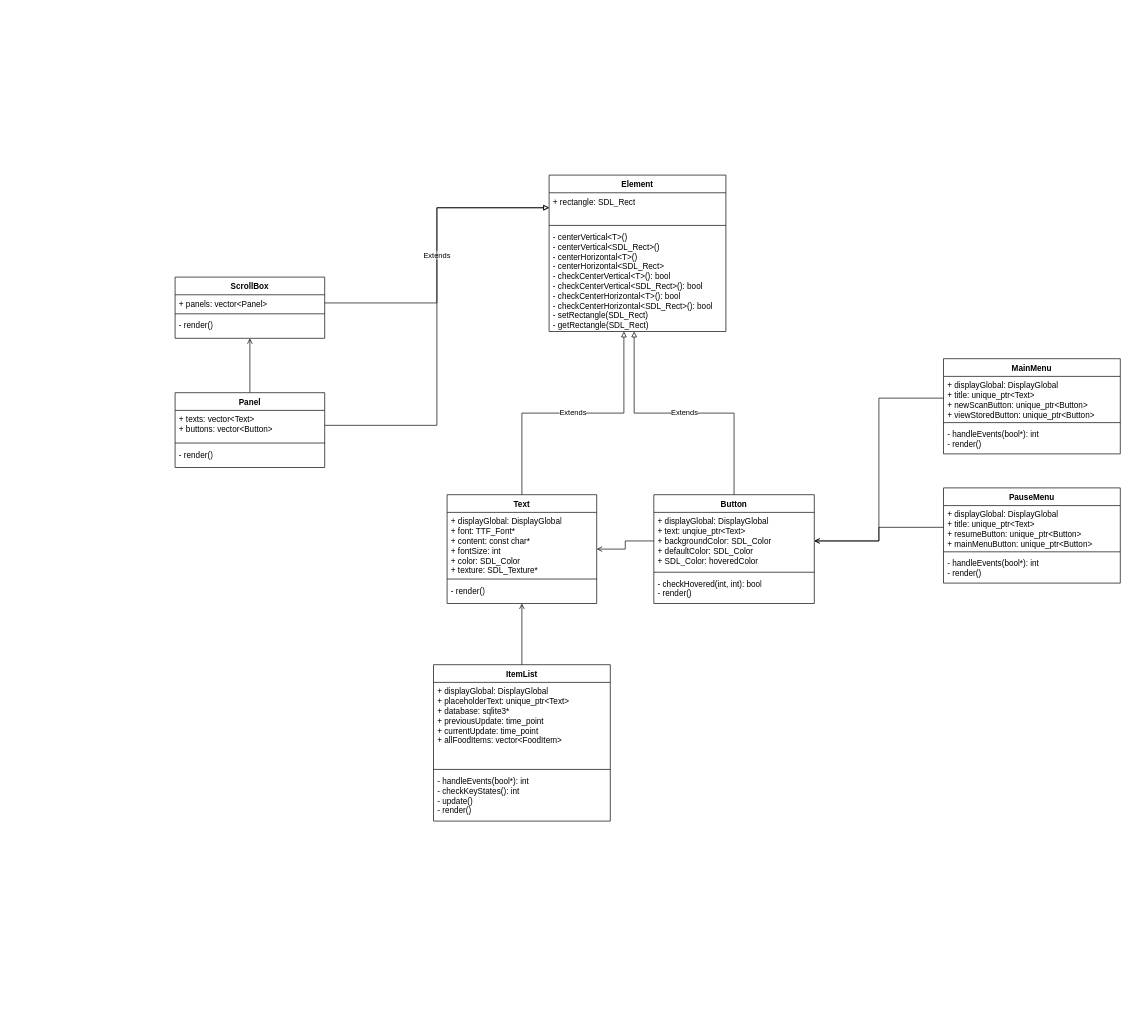
Above: display/diagrams/gui_class_diagram.drawio in Joedahms/expirationTracker (draw.io), before the change. Source tidied: cells renumbered, new cells numbered last; positions are measured from the earlier drawing's top-left corner, leaving out a move shared by most shapes. Both pictures are drawn from the tidied source at 68%, with x=0, y=0 at pixel (175, 175).
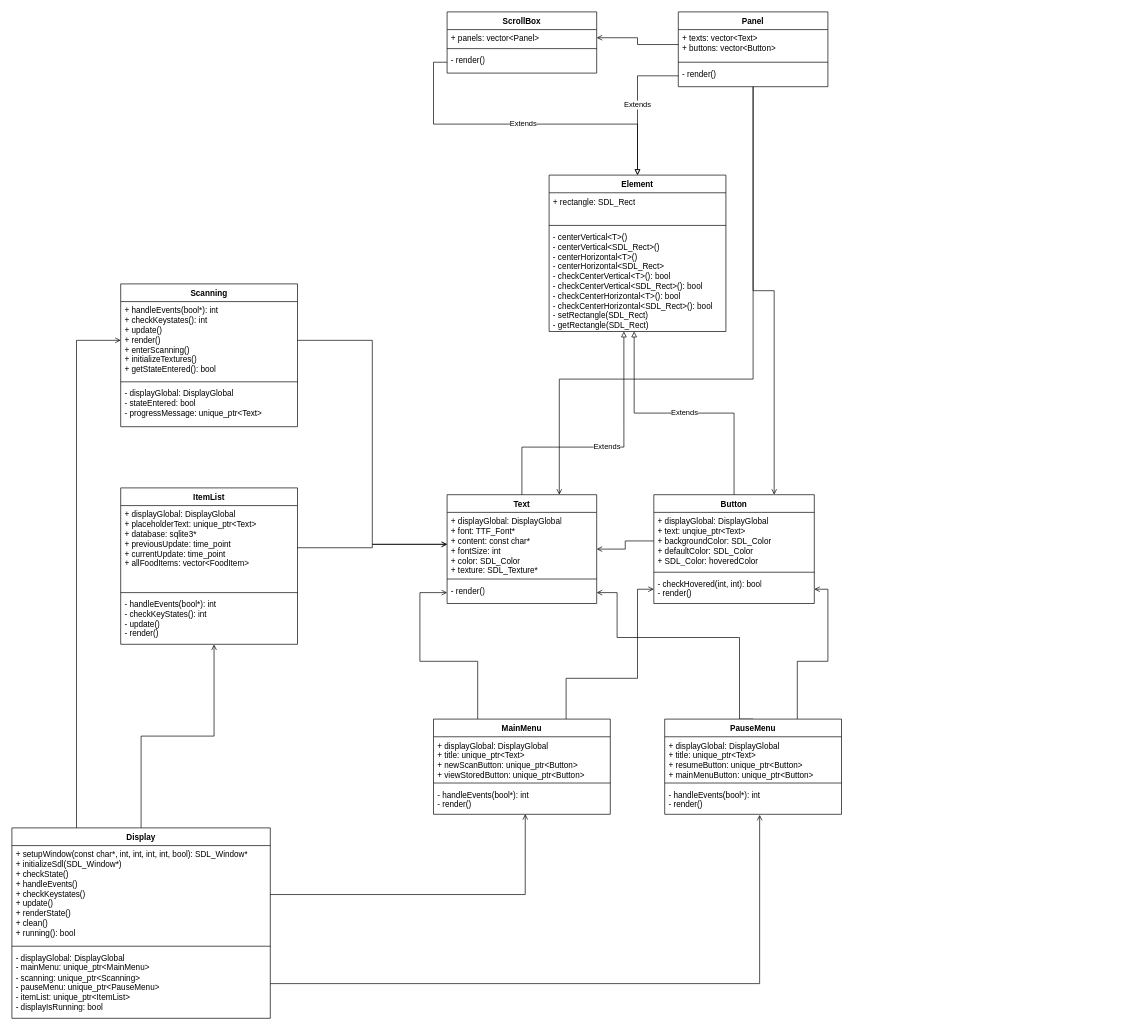
The same page after the edit.

The change refers to these unchanged cells:
```xml
<mxCell id="2" value="Element" style="swimlane;fontStyle=1;align=center;verticalAlign=top;horizontal=1;startSize=26;whiteSpace=wrap;html=1;" parent="1" vertex="1">
  <mxGeometry x="550" width="260" height="230" as="geometry" />
</mxCell>
<mxCell id="3" value="&lt;div&gt;+ rectangle: SDL_Rect&lt;/div&gt;" style="text;strokeColor=none;fillColor=none;align=left;verticalAlign=top;spacingLeft=4;spacingRight=4;overflow=hidden;points=[[0,0.5],[1,0.5]];portConstraint=eastwest;whiteSpace=wrap;html=1;" parent="2" vertex="1">
  <mxGeometry y="26" width="260" height="44" as="geometry" />
</mxCell>
<mxCell id="5" value="&lt;div&gt;- centerVertical&amp;lt;T&amp;gt;()&lt;/div&gt;&lt;div&gt;- centerVertical&amp;lt;SDL_Rect&amp;gt;()&lt;br&gt;&lt;/div&gt;&lt;div&gt;- centerHorizontal&amp;lt;T&amp;gt;()&lt;/div&gt;&lt;div&gt;- centerHorizontal&amp;lt;SDL_Rect&amp;gt;&lt;/div&gt;&lt;div&gt;&lt;div&gt;- checkCenterVertical&amp;lt;T&amp;gt;(): bool&lt;br&gt;&lt;/div&gt;&lt;div&gt;- checkCenterVertical&amp;lt;SDL_Rect&amp;gt;(): bool&lt;br&gt;&lt;/div&gt;&lt;div&gt;- checkCenterHorizontal&amp;lt;T&amp;gt;(): bool&lt;br&gt;&lt;/div&gt;&lt;div&gt;- checkCenterHorizontal&amp;lt;SDL_Rect&amp;gt;(): bool&lt;br&gt;&lt;/div&gt;&lt;/div&gt;&lt;div&gt;- setRectangle(SDL_Rect)&lt;/div&gt;&lt;div&gt;- getRectangle(SDL_Rect) &lt;br&gt;&lt;/div&gt;&lt;div&gt;&lt;br&gt;&lt;/div&gt;" style="text;strokeColor=none;fillColor=none;align=left;verticalAlign=top;spacingLeft=4;spacingRight=4;overflow=hidden;points=[[0,0.5],[1,0.5]];portConstraint=eastwest;whiteSpace=wrap;html=1;" parent="2" vertex="1">
  <mxGeometry y="78" width="260" height="152" as="geometry" />
</mxCell>
<mxCell id="6" value="Text" style="swimlane;fontStyle=1;align=center;verticalAlign=top;horizontal=1;startSize=26;whiteSpace=wrap;html=1;" parent="1" vertex="1">
  <mxGeometry x="400" y="470" width="220" height="160" as="geometry" />
</mxCell>
<mxCell id="7" value="&lt;div&gt;+ displayGlobal: DisplayGlobal&lt;br&gt;&lt;/div&gt;&lt;div&gt;+ font: TTF_Font*&lt;/div&gt;&lt;div&gt;+ content: const char*&lt;/div&gt;&lt;div&gt;+ fontSize: int&lt;/div&gt;&lt;div&gt;+ color: SDL_Color&lt;/div&gt;&lt;div&gt;+ texture: SDL_Texture*&lt;/div&gt;&lt;div&gt;&lt;br&gt;&lt;/div&gt;" style="text;strokeColor=none;fillColor=none;align=left;verticalAlign=top;spacingLeft=4;spacingRight=4;overflow=hidden;points=[[0,0.5],[1,0.5]];portConstraint=eastwest;whiteSpace=wrap;html=1;" parent="6" vertex="1">
  <mxGeometry y="26" width="220" height="94" as="geometry" />
</mxCell>
<mxCell id="9" value="- render()" style="text;strokeColor=none;fillColor=none;align=left;verticalAlign=top;spacingLeft=4;spacingRight=4;overflow=hidden;points=[[0,0.5],[1,0.5]];portConstraint=eastwest;whiteSpace=wrap;html=1;" parent="6" vertex="1">
  <mxGeometry y="128" width="220" height="32" as="geometry" />
</mxCell>
<mxCell id="10" value="Button" style="swimlane;fontStyle=1;align=center;verticalAlign=top;horizontal=1;startSize=26;whiteSpace=wrap;html=1;" parent="1" vertex="1">
  <mxGeometry x="704" y="470" width="236" height="160" as="geometry" />
</mxCell>
<mxCell id="11" value="&lt;div&gt;+ displayGlobal: DisplayGlobal&lt;/div&gt;&lt;div&gt;+ text: unqiue_ptr&amp;lt;Text&amp;gt;&lt;/div&gt;&lt;div&gt;+ backgroundColor: SDL_Color&lt;/div&gt;&lt;div&gt;+ defaultColor: SDL_Color&lt;/div&gt;&lt;div&gt;+ SDL_Color: hoveredColor&lt;br&gt;&lt;/div&gt;" style="text;strokeColor=none;fillColor=none;align=left;verticalAlign=top;spacingLeft=4;spacingRight=4;overflow=hidden;points=[[0,0.5],[1,0.5]];portConstraint=eastwest;whiteSpace=wrap;html=1;" parent="10" vertex="1">
  <mxGeometry y="26" width="236" height="84" as="geometry" />
</mxCell>
<mxCell id="13" value="&lt;div&gt;- checkHovered(int, int): bool&lt;/div&gt;&lt;div&gt;- render()&lt;br&gt;&lt;/div&gt;" style="text;strokeColor=none;fillColor=none;align=left;verticalAlign=top;spacingLeft=4;spacingRight=4;overflow=hidden;points=[[0,0.5],[1,0.5]];portConstraint=eastwest;whiteSpace=wrap;html=1;" parent="10" vertex="1">
  <mxGeometry y="118" width="236" height="42" as="geometry" />
</mxCell>
<mxCell id="15" value="&lt;div&gt;+ displayGlobal: DisplayGlobal&lt;/div&gt;&lt;div&gt;+ title: unique_ptr&amp;lt;Text&amp;gt;&lt;/div&gt;&lt;div&gt;+ newScanButton: unique_ptr&amp;lt;Button&amp;gt;&lt;/div&gt;&lt;div&gt;+ viewStoredButton: unique_ptr&amp;lt;Button&amp;gt;&lt;br&gt;&lt;/div&gt;" style="text;strokeColor=none;fillColor=none;align=left;verticalAlign=top;spacingLeft=4;spacingRight=4;overflow=hidden;points=[[0,0.5],[1,0.5]];portConstraint=eastwest;whiteSpace=wrap;html=1;" parent="14" vertex="1">
  <mxGeometry y="26" width="260" height="64" as="geometry" />
</mxCell>
<mxCell id="17" value="&lt;div&gt;- handleEvents(bool*): int&lt;/div&gt;&lt;div&gt;- render()&lt;br&gt;&lt;/div&gt;&lt;div&gt;&lt;br&gt;&lt;/div&gt;&lt;div&gt;&lt;br&gt;&lt;/div&gt;" style="text;strokeColor=none;fillColor=none;align=left;verticalAlign=top;spacingLeft=4;spacingRight=4;overflow=hidden;points=[[0,0.5],[1,0.5]];portConstraint=eastwest;whiteSpace=wrap;html=1;" parent="14" vertex="1">
  <mxGeometry y="98" width="260" height="42" as="geometry" />
</mxCell>
<mxCell id="19" value="&lt;div&gt;+ displayGlobal: DisplayGlobal&lt;/div&gt;&lt;div&gt;+ title: unique_ptr&amp;lt;Text&amp;gt;&lt;/div&gt;&lt;div&gt;+ resumeButton: unique_ptr&amp;lt;Button&amp;gt;&lt;/div&gt;&lt;div&gt;+ mainMenuButton: unique_ptr&amp;lt;Button&amp;gt;&lt;br&gt;&lt;/div&gt;" style="text;strokeColor=none;fillColor=none;align=left;verticalAlign=top;spacingLeft=4;spacingRight=4;overflow=hidden;points=[[0,0.5],[1,0.5]];portConstraint=eastwest;whiteSpace=wrap;html=1;" parent="18" vertex="1">
  <mxGeometry y="26" width="260" height="64" as="geometry" />
</mxCell>
<mxCell id="21" value="&lt;div&gt;- handleEvents(bool*): int&lt;/div&gt;&lt;div&gt;- render()&lt;br&gt;&lt;/div&gt;&lt;div&gt;&lt;br&gt;&lt;/div&gt;&lt;div&gt;&lt;br&gt;&lt;/div&gt;" style="text;strokeColor=none;fillColor=none;align=left;verticalAlign=top;spacingLeft=4;spacingRight=4;overflow=hidden;points=[[0,0.5],[1,0.5]];portConstraint=eastwest;whiteSpace=wrap;html=1;" parent="18" vertex="1">
  <mxGeometry y="98" width="260" height="42" as="geometry" />
</mxCell>
<mxCell id="29" value="&lt;div&gt;+ displayGlobal: DisplayGlobal&lt;/div&gt;&lt;div&gt;+ placeholderText: unique_ptr&amp;lt;Text&amp;gt;&lt;/div&gt;&lt;div&gt;+ database: sqlite3*&lt;/div&gt;&lt;div&gt;+ previousUpdate: time_point&lt;/div&gt;&lt;div&gt;+ currentUpdate: time_point&lt;/div&gt;+ allFoodItems: vector&amp;lt;FoodItem&amp;gt;" style="text;strokeColor=none;fillColor=none;align=left;verticalAlign=top;spacingLeft=4;spacingRight=4;overflow=hidden;points=[[0,0.5],[1,0.5]];portConstraint=eastwest;whiteSpace=wrap;html=1;" parent="28" vertex="1">
  <mxGeometry y="26" width="260" height="124" as="geometry" />
</mxCell>
<mxCell id="31" value="&lt;div&gt;- handleEvents(bool*): int&lt;/div&gt;&lt;div&gt;- checkKeyStates(): int&lt;/div&gt;&lt;div&gt;- update()&lt;br&gt;&lt;/div&gt;&lt;div&gt;- render()&lt;br&gt;&lt;/div&gt;&lt;div&gt;&lt;br&gt;&lt;/div&gt;&lt;div&gt;&lt;br&gt;&lt;/div&gt;" style="text;strokeColor=none;fillColor=none;align=left;verticalAlign=top;spacingLeft=4;spacingRight=4;overflow=hidden;points=[[0,0.5],[1,0.5]];portConstraint=eastwest;whiteSpace=wrap;html=1;" parent="28" vertex="1">
  <mxGeometry y="158" width="260" height="72" as="geometry" />
</mxCell>
<mxCell id="34" value="&lt;div&gt;+ texts: vector&amp;lt;Text&amp;gt;&lt;/div&gt;&lt;div&gt;+ buttons: vector&amp;lt;Button&amp;gt;&lt;br&gt;&lt;/div&gt;" style="text;strokeColor=none;fillColor=none;align=left;verticalAlign=top;spacingLeft=4;spacingRight=4;overflow=hidden;points=[[0,0.5],[1,0.5]];portConstraint=eastwest;whiteSpace=wrap;html=1;" parent="33" vertex="1">
  <mxGeometry y="26" width="220" height="44" as="geometry" />
</mxCell>
<mxCell id="36" value="- render()" style="text;strokeColor=none;fillColor=none;align=left;verticalAlign=top;spacingLeft=4;spacingRight=4;overflow=hidden;points=[[0,0.5],[1,0.5]];portConstraint=eastwest;whiteSpace=wrap;html=1;" parent="33" vertex="1">
  <mxGeometry y="78" width="220" height="32" as="geometry" />
</mxCell>
<mxCell id="38" value="+ panels: vector&amp;lt;Panel&amp;gt;" style="text;strokeColor=none;fillColor=none;align=left;verticalAlign=top;spacingLeft=4;spacingRight=4;overflow=hidden;points=[[0,0.5],[1,0.5]];portConstraint=eastwest;whiteSpace=wrap;html=1;" parent="37" vertex="1">
  <mxGeometry y="26" width="220" height="24" as="geometry" />
</mxCell>
<mxCell id="40" value="- render()" style="text;strokeColor=none;fillColor=none;align=left;verticalAlign=top;spacingLeft=4;spacingRight=4;overflow=hidden;points=[[0,0.5],[1,0.5]];portConstraint=eastwest;whiteSpace=wrap;html=1;" parent="37" vertex="1">
  <mxGeometry y="58" width="220" height="32" as="geometry" />
</mxCell>
```

Change to the diagram source:
```diff
@@
+    <mxCell id="43" style="edgeStyle=orthogonalEdgeStyle;rounded=0;jettySize=auto;html=1;exitX=0.25;exitY=0;exitDx=0;exitDy=0;entryX=0;entryY=0.5;entryDx=0;entryDy=0;endArrow=open;endFill=0;" parent="1" edge="1" source="14" target="9">
+      <mxGeometry relative="1" as="geometry" />
+    </mxCell>
+    <mxCell id="44" style="edgeStyle=orthogonalEdgeStyle;rounded=0;jettySize=auto;html=1;exitX=0.75;exitY=0;exitDx=0;exitDy=0;entryX=0;entryY=0.5;entryDx=0;entryDy=0;endArrow=open;endFill=0;" parent="1" edge="1" source="14" target="13">
+      <mxGeometry relative="1" as="geometry">
+        <Array as="points">
+          <mxPoint x="575" y="740" />
+          <mxPoint x="680" y="740" />
+          <mxPoint x="680" y="609" />
+        </Array>
+      </mxGeometry>
+    </mxCell>
     <mxCell id="14" value="MainMenu" style="swimlane;fontStyle=1;align=center;verticalAlign=top;horizontal=1;startSize=26;whiteSpace=wrap;html=1;" parent="1" vertex="1">
-      <mxGeometry x="1130" y="270" width="260" height="140" as="geometry" />
+      <mxGeometry x="380" y="800" width="260" height="140" as="geometry" />
     </mxCell>
@@
+    <mxCell id="45" style="edgeStyle=orthogonalEdgeStyle;rounded=0;jettySize=auto;html=1;exitX=0.5;exitY=0;exitDx=0;exitDy=0;entryX=1;entryY=0.5;entryDx=0;entryDy=0;endArrow=open;endFill=0;" parent="1" edge="1" source="18" target="9">
+      <mxGeometry relative="1" as="geometry">
+        <Array as="points">
+          <mxPoint x="830" y="800" />
+          <mxPoint x="830" y="680" />
+          <mxPoint x="650" y="680" />
+          <mxPoint x="650" y="614" />
+        </Array>
+      </mxGeometry>
+    </mxCell>
+    <mxCell id="46" style="edgeStyle=orthogonalEdgeStyle;rounded=0;jettySize=auto;html=1;exitX=0.75;exitY=0;exitDx=0;exitDy=0;entryX=1;entryY=0.5;entryDx=0;entryDy=0;endArrow=open;endFill=0;" parent="1" edge="1" source="18" target="13">
+      <mxGeometry relative="1" as="geometry" />
+    </mxCell>
     <mxCell id="18" value="PauseMenu" style="swimlane;fontStyle=1;align=center;verticalAlign=top;horizontal=1;startSize=26;whiteSpace=wrap;html=1;" parent="1" vertex="1">
-      <mxGeometry x="1130" y="460" width="260" height="140" as="geometry" />
+      <mxGeometry x="720" y="800" width="260" height="140" as="geometry" />
     </mxCell>
@@
-    <mxCell id="22" style="edgeStyle=orthogonalEdgeStyle;rounded=0;jettySize=auto;html=1;exitX=0;exitY=0.5;exitDx=0;exitDy=0;entryX=1;entryY=0.5;entryDx=0;entryDy=0;endArrow=open;endFill=0;" parent="1" edge="1" source="19" target="11">
-      <mxGeometry relative="1" as="geometry" />
-    </mxCell>
-    <mxCell id="23" style="edgeStyle=orthogonalEdgeStyle;rounded=0;jettySize=auto;html=1;exitX=0;exitY=0.5;exitDx=0;exitDy=0;entryX=1;entryY=0.5;entryDx=0;entryDy=0;endArrow=open;endFill=0;" parent="1" edge="1" source="15" target="11">
-      <mxGeometry relative="1" as="geometry" />
-    </mxCell>
@@
     <mxCell id="26" value="Extends" style="edgeStyle=orthogonalEdgeStyle;rounded=0;jettySize=auto;html=1;exitX=0.5;exitY=0;exitDx=0;exitDy=0;entryX=0.423;entryY=1;entryDx=0;entryDy=0;entryPerimeter=0;endArrow=block;endFill=0;" parent="1" edge="1" source="6" target="5">
-      <mxGeometry relative="1" as="geometry" />
+      <mxGeometry relative="1" as="geometry">
+        <Array as="points">
+          <mxPoint x="510" y="400" />
+          <mxPoint x="660" y="400" />
+        </Array>
+      </mxGeometry>
     </mxCell>
-    <mxCell id="27" style="edgeStyle=orthogonalEdgeStyle;rounded=0;jettySize=auto;html=1;exitX=0.5;exitY=0;exitDx=0;exitDy=0;entryX=0.5;entryY=1;entryDx=0;entryDy=0;endArrow=open;endFill=0;" parent="1" edge="1" source="28" target="6">
+    <mxCell id="27" style="edgeStyle=orthogonalEdgeStyle;rounded=0;jettySize=auto;html=1;exitX=1;exitY=0.5;exitDx=0;exitDy=0;entryX=0;entryY=0.5;entryDx=0;entryDy=0;endArrow=open;endFill=0;" parent="1" edge="1" source="29" target="7">
       <mxGeometry relative="1" as="geometry" />
     </mxCell>
     <mxCell id="28" value="ItemList" style="swimlane;fontStyle=1;align=center;verticalAlign=top;horizontal=1;startSize=26;whiteSpace=wrap;html=1;" parent="1" vertex="1">
-      <mxGeometry x="380" y="720" width="260" height="230" as="geometry" />
+      <mxGeometry x="-80" y="460" width="260" height="230" as="geometry" />
     </mxCell>
@@
-    <mxCell id="32" style="edgeStyle=orthogonalEdgeStyle;rounded=0;jettySize=auto;html=1;exitX=0.5;exitY=0;exitDx=0;exitDy=0;entryX=0.5;entryY=1;entryDx=0;entryDy=0;endArrow=open;endFill=0;" parent="1" edge="1" source="33" target="37">
+    <mxCell id="32" style="edgeStyle=orthogonalEdgeStyle;rounded=0;jettySize=auto;html=1;exitX=0;exitY=0.5;exitDx=0;exitDy=0;entryX=1;entryY=0.5;entryDx=0;entryDy=0;endArrow=open;endFill=0;" parent="1" edge="1" source="34" target="38">
       <mxGeometry relative="1" as="geometry" />
     </mxCell>
+    <mxCell id="47" style="edgeStyle=orthogonalEdgeStyle;rounded=0;jettySize=auto;html=1;entryX=0.75;entryY=0;entryDx=0;entryDy=0;endArrow=open;endFill=0;" parent="1" edge="1" source="33" target="10">
+      <mxGeometry relative="1" as="geometry" />
+    </mxCell>
+    <mxCell id="48" style="edgeStyle=orthogonalEdgeStyle;rounded=0;jettySize=auto;html=1;entryX=0.75;entryY=0;entryDx=0;entryDy=0;endArrow=open;endFill=0;" parent="1" edge="1" source="33" target="6">
+      <mxGeometry relative="1" as="geometry">
+        <Array as="points">
+          <mxPoint x="850" y="300" />
+          <mxPoint x="565" y="300" />
+        </Array>
+      </mxGeometry>
+    </mxCell>
     <mxCell id="33" value="Panel" style="swimlane;fontStyle=1;align=center;verticalAlign=top;horizontal=1;startSize=26;whiteSpace=wrap;html=1;" parent="1" vertex="1">
-      <mxGeometry y="320" width="220" height="110" as="geometry" />
+      <mxGeometry x="740" y="-240" width="220" height="110" as="geometry" />
     </mxCell>
@@
     <mxCell id="37" value="ScrollBox" style="swimlane;fontStyle=1;align=center;verticalAlign=top;horizontal=1;startSize=26;whiteSpace=wrap;html=1;" parent="1" vertex="1">
-      <mxGeometry y="150" width="220" height="90" as="geometry" />
+      <mxGeometry x="400" y="-240" width="220" height="90" as="geometry" />
     </mxCell>
@@
-    <mxCell id="41" value="Extends" style="edgeStyle=orthogonalEdgeStyle;rounded=0;jettySize=auto;html=1;exitX=1;exitY=0.5;exitDx=0;exitDy=0;entryX=0;entryY=0.5;entryDx=0;entryDy=0;endArrow=block;endFill=0;" parent="1" edge="1" source="38" target="3">
+    <mxCell id="41" value="Extends" style="edgeStyle=orthogonalEdgeStyle;rounded=0;jettySize=auto;html=1;exitX=0;exitY=0.5;exitDx=0;exitDy=0;entryX=0.5;entryY=0;entryDx=0;entryDy=0;endArrow=block;endFill=0;" parent="1" edge="1" source="40" target="2">
       <mxGeometry relative="1" as="geometry" />
     </mxCell>
-    <mxCell id="42" style="edgeStyle=orthogonalEdgeStyle;rounded=0;jettySize=auto;html=1;exitX=1;exitY=0.5;exitDx=0;exitDy=0;entryX=0;entryY=0.5;entryDx=0;entryDy=0;endArrow=block;endFill=0;" parent="1" edge="1" source="34" target="3">
+    <mxCell id="42" value="&lt;div&gt;Extends&lt;/div&gt;" style="edgeStyle=orthogonalEdgeStyle;rounded=0;jettySize=auto;html=1;exitX=0;exitY=0.5;exitDx=0;exitDy=0;entryX=0.5;entryY=0;entryDx=0;entryDy=0;endArrow=block;endFill=0;" parent="1" edge="1" source="36" target="2">
       <mxGeometry relative="1" as="geometry" />
     </mxCell>
+    <mxCell id="49" value="Scanning" style="swimlane;fontStyle=1;align=center;verticalAlign=top;horizontal=1;startSize=26;whiteSpace=wrap;html=1;" parent="1" vertex="1">
+      <mxGeometry x="-80" y="160" width="260" height="210" as="geometry" />
+    </mxCell>
+    <mxCell id="50" value="&lt;div&gt;+ handleEvents(bool*): int&lt;/div&gt;&lt;div&gt;+ checkKeystates(): int&lt;/div&gt;&lt;div&gt;+ update()&lt;/div&gt;&lt;div&gt;+ render()&lt;/div&gt;&lt;div&gt;+ enterScanning()&lt;br&gt;&lt;/div&gt;&lt;div&gt;+ initializeTextures()&lt;/div&gt;&lt;div&gt;+ getStateEntered(): bool&lt;br&gt;&lt;/div&gt;" style="text;strokeColor=none;fillColor=none;align=left;verticalAlign=top;spacingLeft=4;spacingRight=4;overflow=hidden;points=[[0,0.5],[1,0.5]];portConstraint=eastwest;whiteSpace=wrap;html=1;" parent="49" vertex="1">
+      <mxGeometry y="26" width="260" height="114" as="geometry" />
+    </mxCell>
+    <mxCell id="51" style="line;strokeWidth=1;fillColor=none;align=left;verticalAlign=middle;spacingTop=-1;spacingLeft=3;spacingRight=3;labelPosition=right;strokeColor=inherit;" parent="49" vertex="1">
+      <mxGeometry y="140" width="260" height="8" as="geometry" />
+    </mxCell>
+    <mxCell id="52" value="&lt;div&gt;- displayGlobal: DisplayGlobal&lt;/div&gt;&lt;div&gt;- stateEntered: bool&lt;/div&gt;&lt;div&gt;- progressMessage: unique_ptr&amp;lt;Text&amp;gt;&lt;br&gt;&lt;/div&gt;" style="text;strokeColor=none;fillColor=none;align=left;verticalAlign=top;spacingLeft=4;spacingRight=4;overflow=hidden;whiteSpace=wrap;html=1;" parent="49" vertex="1">
+      <mxGeometry y="148" width="260" height="62" as="geometry" />
+    </mxCell>
+    <mxCell id="53" value="&amp;nbsp;" style="text;whiteSpace=wrap;html=1;" parent="1" vertex="1">
+      <mxGeometry x="770" y="-40" width="40" height="40" as="geometry" />
+    </mxCell>
+    <mxCell id="54" style="edgeStyle=orthogonalEdgeStyle;rounded=0;jettySize=auto;html=1;exitX=1;exitY=0.5;exitDx=0;exitDy=0;entryX=0;entryY=0.5;entryDx=0;entryDy=0;endArrow=open;endFill=0;" parent="1" edge="1" source="50" target="7">
+      <mxGeometry relative="1" as="geometry" />
+    </mxCell>
+    <mxCell id="55" style="edgeStyle=orthogonalEdgeStyle;rounded=0;jettySize=auto;html=1;exitX=0.25;exitY=0;exitDx=0;exitDy=0;entryX=0;entryY=0.5;entryDx=0;entryDy=0;endArrow=open;endFill=0;" parent="1" edge="1" source="56" target="50">
+      <mxGeometry relative="1" as="geometry" />
+    </mxCell>
+    <mxCell id="56" value="Display" style="swimlane;fontStyle=1;align=center;verticalAlign=top;horizontal=1;startSize=26;whiteSpace=wrap;html=1;" parent="1" vertex="1">
+      <mxGeometry x="-240" y="960" width="380" height="280" as="geometry" />
+    </mxCell>
+    <mxCell id="57" value="&lt;div&gt;+ setupWindow(const char*, int, int, int, int, bool): SDL_Window*&lt;/div&gt;&lt;div&gt;+ initializeSdl(SDL_Window*)&lt;/div&gt;&lt;div&gt;+ checkState()&lt;/div&gt;&lt;div&gt;+ handleEvents()&lt;/div&gt;&lt;div&gt;+ checkKeystates()&lt;/div&gt;&lt;div&gt;+ update()&lt;/div&gt;&lt;div&gt;+ renderState()&lt;br&gt;&lt;/div&gt;&lt;div&gt;+ clean()&lt;/div&gt;&lt;div&gt;+ running(): bool&lt;br&gt;&lt;/div&gt;" style="text;strokeColor=none;fillColor=none;align=left;verticalAlign=top;spacingLeft=4;spacingRight=4;overflow=hidden;points=[[0,0.5],[1,0.5]];portConstraint=eastwest;whiteSpace=wrap;html=1;" parent="56" vertex="1">
+      <mxGeometry y="26" width="380" height="144" as="geometry" />
+    </mxCell>
+    <mxCell id="58" style="line;strokeWidth=1;fillColor=none;align=left;verticalAlign=middle;spacingTop=-1;spacingLeft=3;spacingRight=3;labelPosition=right;strokeColor=inherit;" parent="56" vertex="1">
+      <mxGeometry y="170" width="380" height="8" as="geometry" />
+    </mxCell>
+    <mxCell id="59" value="&lt;div&gt;- displayGlobal: DisplayGlobal&lt;/div&gt;&lt;div&gt;- mainMenu: unique_ptr&amp;lt;MainMenu&amp;gt;&lt;/div&gt;&lt;div&gt;- scanning: unique_ptr&amp;lt;Scanning&amp;gt;&lt;/div&gt;&lt;div&gt;- pauseMenu: unique_ptr&amp;lt;PauseMenu&amp;gt;&lt;br&gt;&lt;/div&gt;&lt;div&gt;- itemList: unique_ptr&amp;lt;ItemList&amp;gt;&lt;/div&gt;&lt;div&gt;- displayIsRunning: bool&lt;br&gt;&lt;/div&gt;" style="text;strokeColor=none;fillColor=none;align=left;verticalAlign=top;spacingLeft=4;spacingRight=4;overflow=hidden;points=[[0,0.5],[1,0.5]];portConstraint=eastwest;whiteSpace=wrap;html=1;" parent="56" vertex="1">
+      <mxGeometry y="178" width="380" height="102" as="geometry" />
+    </mxCell>
+    <mxCell id="60" style="edgeStyle=orthogonalEdgeStyle;rounded=0;jettySize=auto;html=1;exitX=1;exitY=0.5;exitDx=0;exitDy=0;entryX=0.519;entryY=0.992;entryDx=0;entryDy=0;entryPerimeter=0;endArrow=open;endFill=0;" parent="1" edge="1" source="57" target="17">
+      <mxGeometry relative="1" as="geometry" />
+    </mxCell>
+    <mxCell id="61" style="edgeStyle=orthogonalEdgeStyle;rounded=0;jettySize=auto;html=1;exitX=1;exitY=0.5;exitDx=0;exitDy=0;entryX=0.537;entryY=1.02;entryDx=0;entryDy=0;entryPerimeter=0;endArrow=open;endFill=0;" parent="1" edge="1" source="59" target="21">
+      <mxGeometry relative="1" as="geometry" />
+    </mxCell>
+    <mxCell id="62" style="edgeStyle=orthogonalEdgeStyle;rounded=0;jettySize=auto;html=1;exitX=0.5;exitY=0;exitDx=0;exitDy=0;entryX=0.528;entryY=1.003;entryDx=0;entryDy=0;entryPerimeter=0;endArrow=open;endFill=0;" parent="1" edge="1" source="56" target="31">
+      <mxGeometry relative="1" as="geometry" />
+    </mxCell>
```
